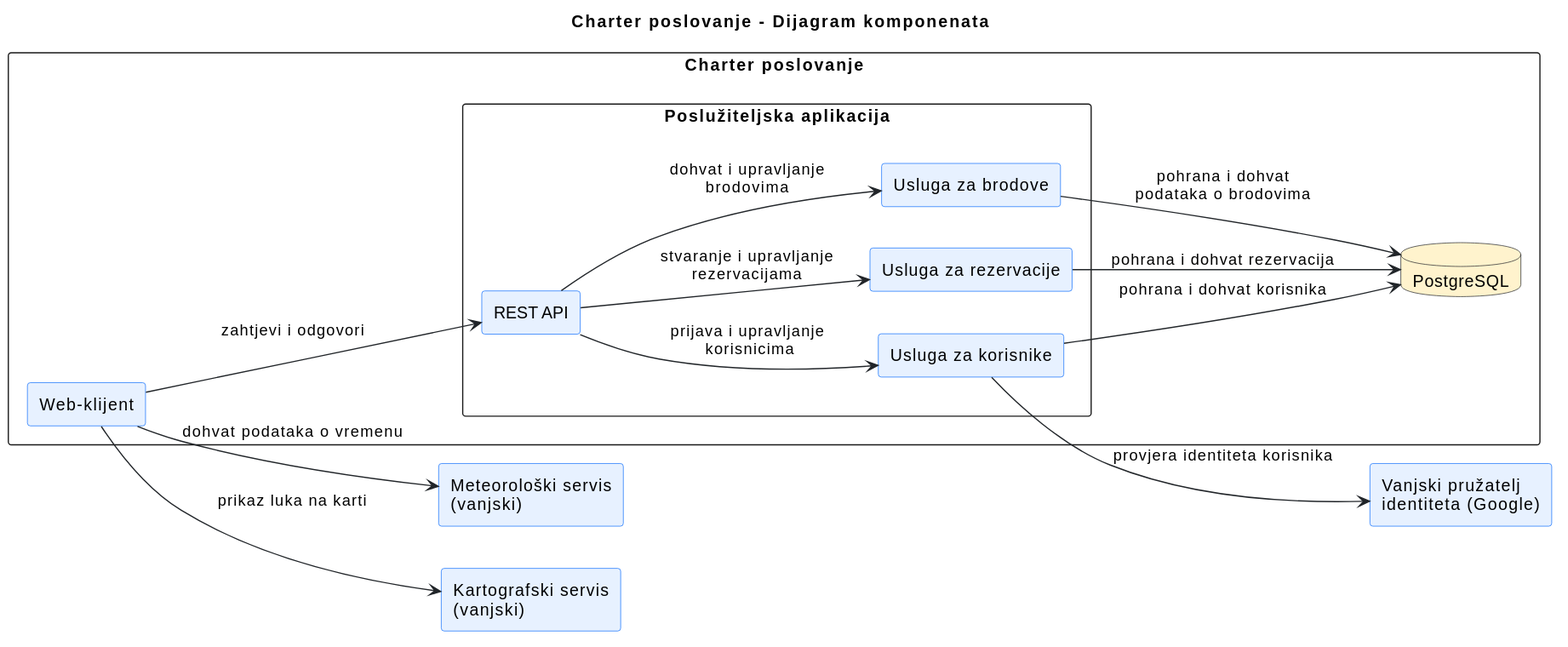
This is docs/assets/diagrams/4-2-dijagram-komponenata.svg from auzelac1/PROGI_PROJEKT, a PlantUML export, as it was before one commit. Source of this version:
```plantuml
@startuml
title Charter poslovanje - Dijagram komponenata
left to right direction

skinparam shadowing false
skinparam defaultFontName Arial
skinparam componentStyle rectangle
skinparam ArrowColor #212529

skinparam component {
    BackgroundColor #E7F1FF
    BorderColor #0D6EFD
}

skinparam database {
    BackgroundColor #FFF3CD
    BorderColor #212529
}


rectangle "Charter poslovanje" {
    component "Web-klijent" as Web

    rectangle "Poslužiteljska aplikacija" {
        component "REST API" as API
        component "Usluga za korisnike" as Users
        component "Usluga za rezervacije" as Reservations
        component "Usluga za brodove" as Boats
    }

    database "PostgreSQL" as DB
}


component "Meteorološki servis\n(vanjski)" as WeatherAPI
component "Kartografski servis\n(vanjski)" as Maps
component "Vanjski pružatelj\nidentiteta (Google)" as OAuth


Web --> API : zahtjevi i odgovori

API --> Users : prijava i upravljanje\n korisnicima
API --> Reservations : stvaranje i upravljanje\nrezervacijama
API --> Boats : dohvat i upravljanje\nbrodovima

Users --> DB : pohrana i dohvat korisnika
Reservations --> DB : pohrana i dohvat rezervacija
Boats --> DB : pohrana i dohvat\npodataka o brodovima

Web --> WeatherAPI : dohvat podataka o vremenu
Web --> Maps : prikaz luka na karti

Users --> OAuth : provjera identiteta korisnika
@enduml
```
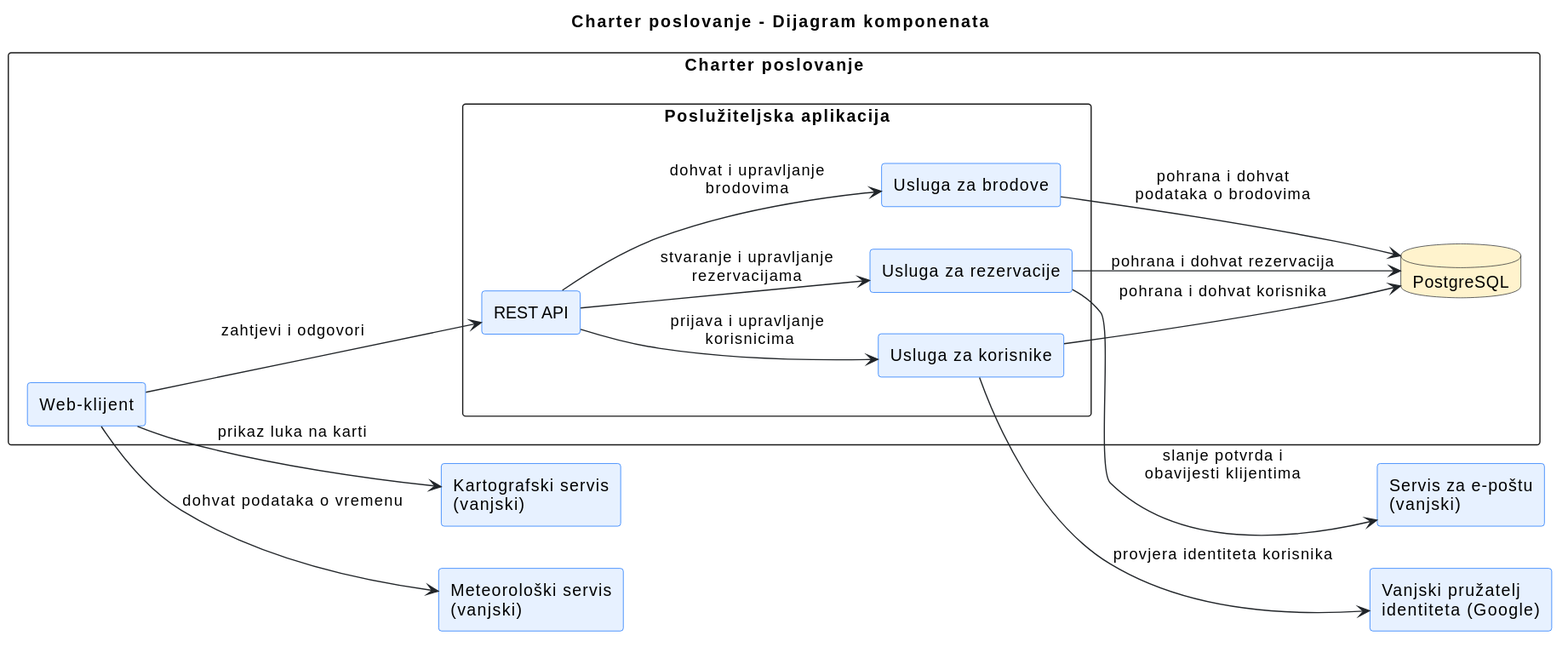
The same diagram one commit later.

What changed in the source:
```diff
@@ -35,6 +35,7 @@
 component "Meteorološki servis\n(vanjski)" as WeatherAPI
 component "Kartografski servis\n(vanjski)" as Maps
 component "Vanjski pružatelj\nidentiteta (Google)" as OAuth
+component "Servis za e-poštu\n(vanjski)" as Mail
 
 
 Web --> API : zahtjevi i odgovori
@@ -51,4 +52,5 @@
 Web --> Maps : prikaz luka na karti
 
 Users --> OAuth : provjera identiteta korisnika
+Reservations --> Mail : slanje potvrda i\nobavijesti klijentima
 @enduml
```
